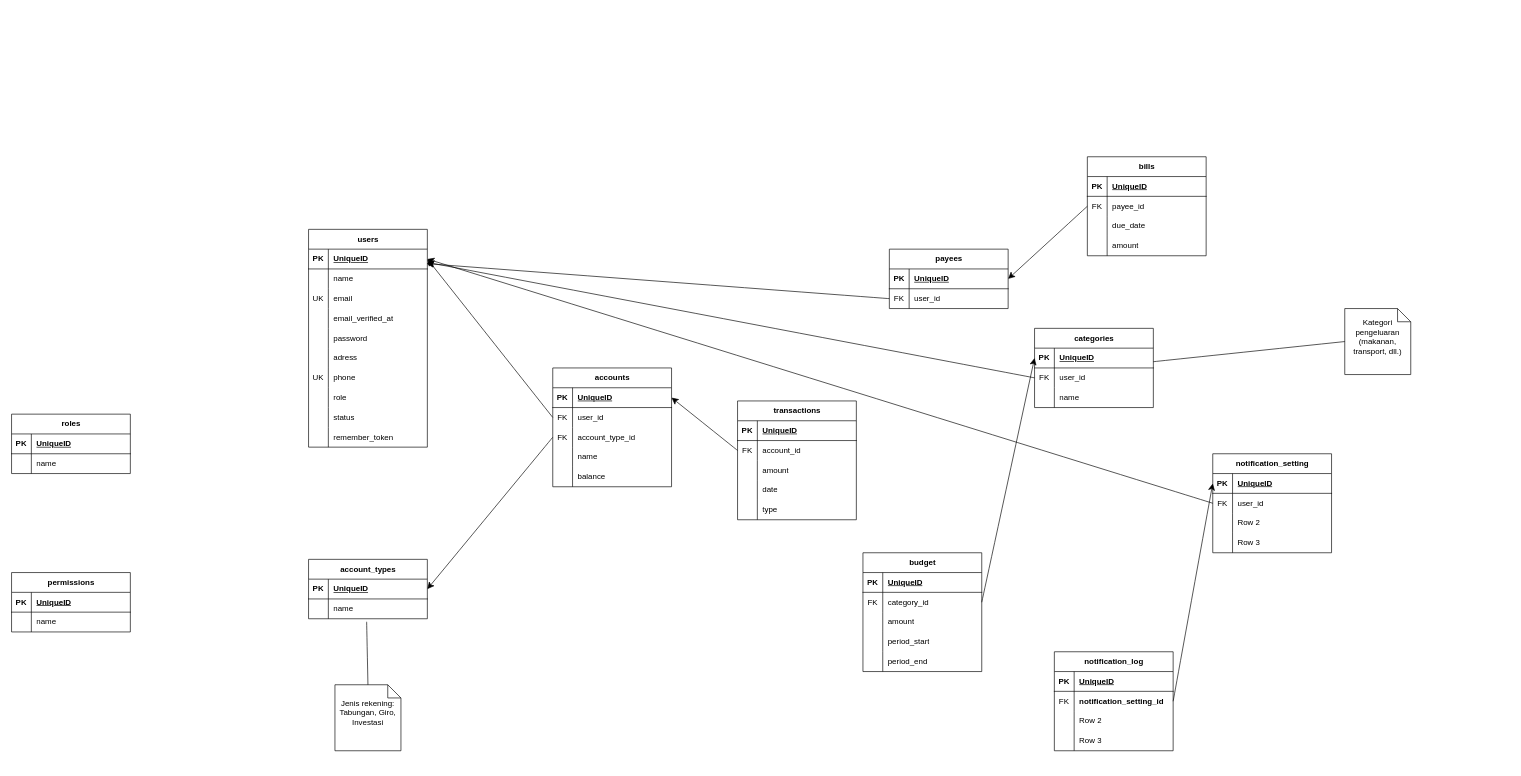
ApanyaClay/backendify keeps this draw.io diagram as ERD.drawio. Above is the earlier version. Source tidied: cells renumbered, new cells numbered last; positions are measured from the earlier drawing's top-left corner, leaving out a move shared by most shapes. Both pictures are drawn from the tidied source at 66%, with x=0, y=0 at pixel (11, 156).
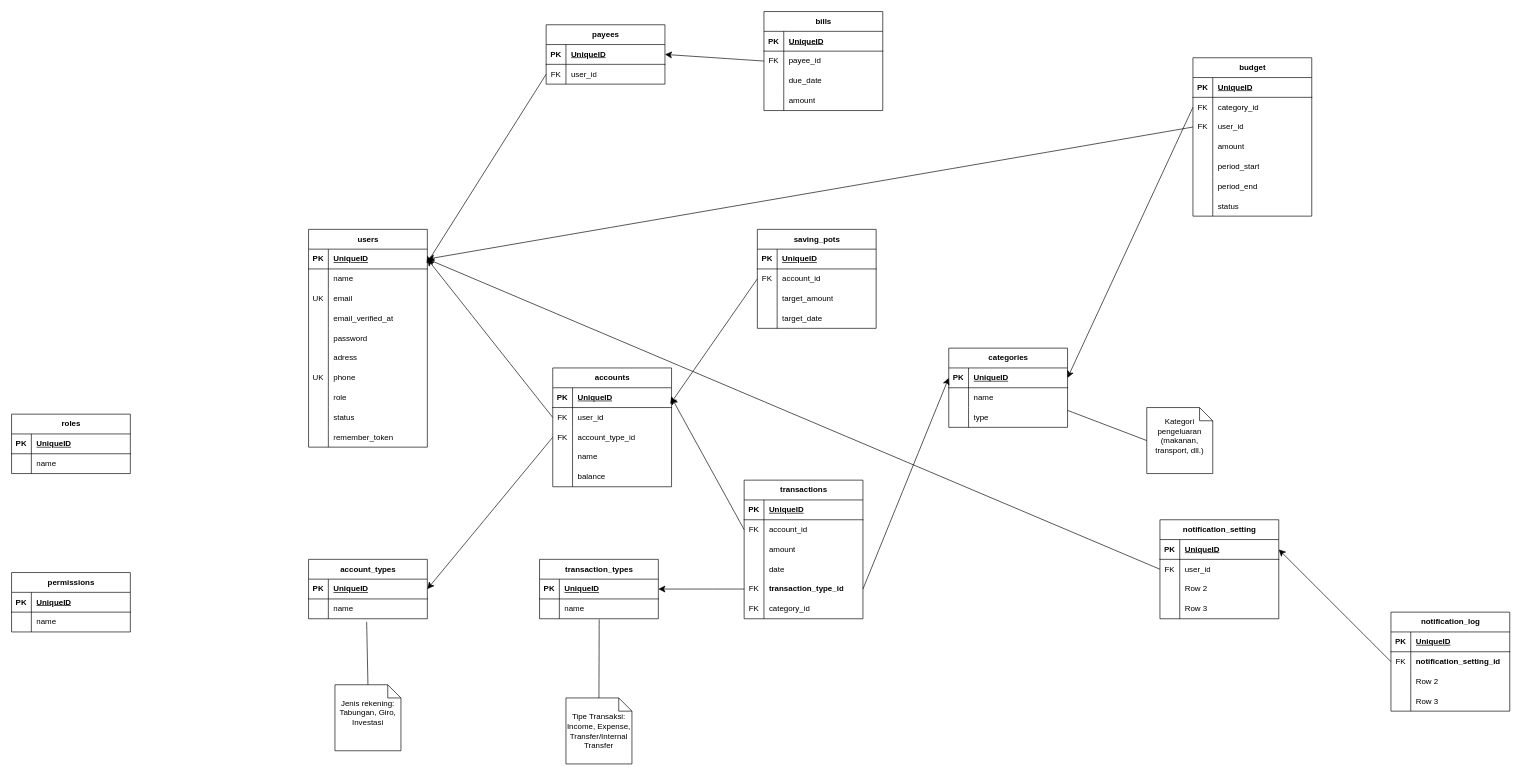
After the change.

The change refers to these unchanged cells:
```xml
<mxCell id="3" style="shape=tableRow;horizontal=0;startSize=0;swimlaneHead=0;swimlaneBody=0;fillColor=none;points=[[0,0.5],[1,0.5]];portConstraint=eastwest;top=0;left=0;right=0;bottom=1;" parent="2" vertex="1">
  <mxGeometry y="30" width="180" height="30" as="geometry" />
</mxCell>
<mxCell id="41" style="shape=tableRow;horizontal=0;startSize=0;swimlaneHead=0;swimlaneBody=0;fillColor=none;points=[[0,0.5],[1,0.5]];portConstraint=eastwest;top=0;left=0;right=0;bottom=1;" parent="40" vertex="1">
  <mxGeometry y="30" width="180" height="30" as="geometry" />
</mxCell>
<mxCell id="69" style="shape=tableRow;horizontal=0;startSize=0;swimlaneHead=0;swimlaneBody=0;fillColor=none;points=[[0,0.5],[1,0.5]];portConstraint=eastwest;top=0;left=0;right=0;bottom=0;" parent="56" vertex="1">
  <mxGeometry y="150" width="180" height="30" as="geometry" />
</mxCell>
<mxCell id="93" style="shape=tableRow;horizontal=0;startSize=0;swimlaneHead=0;swimlaneBody=0;fillColor=none;points=[[0,0.5],[1,0.5]];portConstraint=eastwest;top=0;left=0;right=0;bottom=1;" parent="92" vertex="1">
  <mxGeometry y="30" width="180" height="30" as="geometry" />
</mxCell>
<mxCell id="106" style="shape=tableRow;horizontal=0;startSize=0;swimlaneHead=0;swimlaneBody=0;fillColor=none;points=[[0,0.5],[1,0.5]];portConstraint=eastwest;top=0;left=0;right=0;bottom=0;" parent="102" vertex="1">
  <mxGeometry y="60" width="180" height="30" as="geometry" />
</mxCell>
<mxCell id="109" style="shape=tableRow;horizontal=0;startSize=0;swimlaneHead=0;swimlaneBody=0;fillColor=none;points=[[0,0.5],[1,0.5]];portConstraint=eastwest;top=0;left=0;right=0;bottom=0;" parent="102" vertex="1">
  <mxGeometry y="90" width="180" height="30" as="geometry" />
</mxCell>
<mxCell id="112" style="shape=tableRow;horizontal=0;startSize=0;swimlaneHead=0;swimlaneBody=0;fillColor=none;top=0;left=0;right=0;bottom=0;" parent="102" vertex="1">
  <mxGeometry y="120" width="180" height="30" as="geometry" />
</mxCell>
<mxCell id="115" style="shape=tableRow;horizontal=0;startSize=0;swimlaneHead=0;swimlaneBody=0;fillColor=none;top=0;left=0;right=0;bottom=0;" parent="102" vertex="1">
  <mxGeometry y="150" width="180" height="30" as="geometry" />
</mxCell>
<mxCell id="119" style="shape=tableRow;horizontal=0;startSize=0;swimlaneHead=0;swimlaneBody=0;fillColor=none;points=[[0,0.5],[1,0.5]];portConstraint=eastwest;top=0;left=0;right=0;bottom=1;" parent="118" vertex="1">
  <mxGeometry y="30" width="180" height="30" as="geometry" />
</mxCell>
<mxCell id="135" style="shape=tableRow;horizontal=0;startSize=0;swimlaneHead=0;swimlaneBody=0;fillColor=none;points=[[0,0.5],[1,0.5]];portConstraint=eastwest;top=0;left=0;right=0;bottom=0;" parent="131" vertex="1">
  <mxGeometry y="60" width="180" height="30" as="geometry" />
</mxCell>
```

Change to the diagram source:
```diff
@@
     <mxCell id="56" value="transactions" style="shape=table;startSize=30;childLayout=tableLayout;rowLines=0;fontStyle=1;align=center;html=1;" parent="1" vertex="1">
-      <mxGeometry x="1100" y="370" width="180" height="180" as="geometry" />
+      <mxGeometry x="1110" y="490" width="180" height="210" as="geometry" />
     </mxCell>
@@
-    <mxCell id="70" style="shape=partialRectangle;fillColor=none;top=0;left=0;bottom=0;right=0;overflow=hidden;whiteSpace=wrap;html=1;" parent="69" vertex="1">
+    <mxCell id="70" value="FK" style="shape=partialRectangle;fillColor=none;top=0;left=0;bottom=0;right=0;overflow=hidden;whiteSpace=wrap;html=1;" parent="69" vertex="1">
       <mxGeometry width="30" height="30" as="geometry" />
     </mxCell>
-    <mxCell id="71" value="type" style="shape=partialRectangle;fillColor=none;top=0;left=0;bottom=0;right=0;align=left;spacingLeft=6;overflow=hidden;whiteSpace=wrap;html=1;" parent="69" vertex="1">
+    <mxCell id="71" value="&lt;span style=&quot;font-weight: 700; text-align: center; text-wrap-mode: nowrap;&quot;&gt;transaction_type_id&lt;/span&gt;" style="shape=partialRectangle;fillColor=none;top=0;left=0;bottom=0;right=0;align=left;spacingLeft=6;overflow=hidden;whiteSpace=wrap;html=1;" parent="69" vertex="1">
       <mxGeometry x="30" width="150" height="30" as="geometry" />
     </mxCell>
+    <mxCell id="171" style="shape=tableRow;horizontal=0;startSize=0;swimlaneHead=0;swimlaneBody=0;fillColor=none;top=0;left=0;right=0;bottom=0;" parent="56" vertex="1">
+      <mxGeometry y="180" width="180" height="30" as="geometry" />
+    </mxCell>
+    <mxCell id="172" value="FK" style="shape=partialRectangle;fillColor=none;top=0;left=0;bottom=0;right=0;overflow=hidden;whiteSpace=wrap;html=1;" parent="171" vertex="1">
+      <mxGeometry width="30" height="30" as="geometry" />
+    </mxCell>
+    <mxCell id="173" value="category_id" style="shape=partialRectangle;fillColor=none;top=0;left=0;bottom=0;right=0;align=left;spacingLeft=6;overflow=hidden;whiteSpace=wrap;html=1;" parent="171" vertex="1">
+      <mxGeometry x="30" width="150" height="30" as="geometry" />
+    </mxCell>
     <mxCell id="72" value="payees" style="shape=table;startSize=30;childLayout=tableLayout;rowLines=0;fontStyle=1;align=center;html=1;" parent="1" vertex="1">
-      <mxGeometry x="1330" y="140" width="180" height="90" as="geometry" />
+      <mxGeometry x="810" y="-200" width="180" height="90" as="geometry" />
     </mxCell>
@@
     <mxCell id="79" value="bills" style="shape=table;startSize=30;childLayout=tableLayout;rowLines=0;fontStyle=1;align=center;html=1;" parent="1" vertex="1">
-      <mxGeometry x="1630" width="180" height="150" as="geometry" />
+      <mxGeometry x="1140" y="-220" width="180" height="150" as="geometry" />
     </mxCell>
@@
     <mxCell id="92" value="categories" style="shape=table;startSize=30;childLayout=tableLayout;rowLines=0;fontStyle=1;align=center;html=1;" parent="1" vertex="1">
-      <mxGeometry x="1550" y="260" width="180" height="120" as="geometry" />
+      <mxGeometry x="1420" y="290" width="180" height="120" as="geometry" />
     </mxCell>
@@
-    <mxCell id="96" style="shape=tableRow;horizontal=0;startSize=0;swimlaneHead=0;swimlaneBody=0;fillColor=none;points=[[0,0.5],[1,0.5]];portConstraint=eastwest;top=0;left=0;right=0;bottom=0;" parent="92" vertex="1">
-      <mxGeometry y="60" width="180" height="30" as="geometry" />
-    </mxCell>
-    <mxCell id="97" value="FK" style="shape=partialRectangle;fillColor=none;top=0;left=0;bottom=0;right=0;overflow=hidden;whiteSpace=wrap;html=1;" parent="96" vertex="1">
-      <mxGeometry width="30" height="30" as="geometry" />
-    </mxCell>
-    <mxCell id="98" value="user_id" style="shape=partialRectangle;fillColor=none;top=0;left=0;bottom=0;right=0;align=left;spacingLeft=6;overflow=hidden;whiteSpace=wrap;html=1;" parent="96" vertex="1">
-      <mxGeometry x="30" width="150" height="30" as="geometry" />
-    </mxCell>
     <mxCell id="99" style="shape=tableRow;horizontal=0;startSize=0;swimlaneHead=0;swimlaneBody=0;fillColor=none;top=0;left=0;right=0;bottom=0;" parent="92" vertex="1">
-      <mxGeometry y="90" width="180" height="30" as="geometry" />
+      <mxGeometry y="60" width="180" height="30" as="geometry" />
     </mxCell>
@@
+    <mxCell id="174" style="shape=tableRow;horizontal=0;startSize=0;swimlaneHead=0;swimlaneBody=0;fillColor=none;top=0;left=0;right=0;bottom=0;" parent="92" vertex="1">
+      <mxGeometry y="90" width="180" height="30" as="geometry" />
+    </mxCell>
+    <mxCell id="175" style="shape=partialRectangle;fillColor=none;top=0;left=0;bottom=0;right=0;overflow=hidden;whiteSpace=wrap;html=1;" parent="174" vertex="1">
+      <mxGeometry width="30" height="30" as="geometry" />
+    </mxCell>
+    <mxCell id="176" value="type" style="shape=partialRectangle;fillColor=none;top=0;left=0;bottom=0;right=0;align=left;spacingLeft=6;overflow=hidden;whiteSpace=wrap;html=1;" parent="174" vertex="1">
+      <mxGeometry x="30" width="150" height="30" as="geometry" />
+    </mxCell>
     <mxCell id="102" value="budget" style="shape=table;startSize=30;childLayout=tableLayout;rowLines=0;fontStyle=1;align=center;html=1;" parent="1" vertex="1">
-      <mxGeometry x="1290" y="600" width="180" height="180" as="geometry" />
+      <mxGeometry x="1790" y="-150" width="180" height="240" as="geometry" />
     </mxCell>
@@
-    <mxCell id="110" style="shape=partialRectangle;fillColor=none;top=0;left=0;bottom=0;right=0;overflow=hidden;whiteSpace=wrap;html=1;" parent="109" vertex="1">
+    <mxCell id="110" value="FK" style="shape=partialRectangle;fillColor=none;top=0;left=0;bottom=0;right=0;overflow=hidden;whiteSpace=wrap;html=1;" parent="109" vertex="1">
       <mxGeometry width="30" height="30" as="geometry" />
     </mxCell>
-    <mxCell id="111" value="amount" style="shape=partialRectangle;fillColor=none;top=0;left=0;bottom=0;right=0;align=left;spacingLeft=6;overflow=hidden;whiteSpace=wrap;html=1;" parent="109" vertex="1">
+    <mxCell id="111" value="user_id" style="shape=partialRectangle;fillColor=none;top=0;left=0;bottom=0;right=0;align=left;spacingLeft=6;overflow=hidden;whiteSpace=wrap;html=1;" parent="109" vertex="1">
       <mxGeometry x="30" width="150" height="30" as="geometry" />
     </mxCell>
@@
-    <mxCell id="114" value="period_start" style="shape=partialRectangle;fillColor=none;top=0;left=0;bottom=0;right=0;align=left;spacingLeft=6;overflow=hidden;whiteSpace=wrap;html=1;" parent="112" vertex="1">
+    <mxCell id="114" value="amount" style="shape=partialRectangle;fillColor=none;top=0;left=0;bottom=0;right=0;align=left;spacingLeft=6;overflow=hidden;whiteSpace=wrap;html=1;" parent="112" vertex="1">
       <mxGeometry x="30" width="150" height="30" as="geometry" />
     </mxCell>
@@
-    <mxCell id="117" value="period_end" style="shape=partialRectangle;fillColor=none;top=0;left=0;bottom=0;right=0;align=left;spacingLeft=6;overflow=hidden;whiteSpace=wrap;html=1;" parent="115" vertex="1">
+    <mxCell id="117" value="period_start" style="shape=partialRectangle;fillColor=none;top=0;left=0;bottom=0;right=0;align=left;spacingLeft=6;overflow=hidden;whiteSpace=wrap;html=1;" parent="115" vertex="1">
       <mxGeometry x="30" width="150" height="30" as="geometry" />
     </mxCell>
+    <mxCell id="177" style="shape=tableRow;horizontal=0;startSize=0;swimlaneHead=0;swimlaneBody=0;fillColor=none;top=0;left=0;right=0;bottom=0;" parent="102" vertex="1">
+      <mxGeometry y="180" width="180" height="30" as="geometry" />
+    </mxCell>
+    <mxCell id="178" style="shape=partialRectangle;fillColor=none;top=0;left=0;bottom=0;right=0;overflow=hidden;whiteSpace=wrap;html=1;" parent="177" vertex="1">
+      <mxGeometry width="30" height="30" as="geometry" />
+    </mxCell>
+    <mxCell id="179" value="period_end" style="shape=partialRectangle;fillColor=none;top=0;left=0;bottom=0;right=0;align=left;spacingLeft=6;overflow=hidden;whiteSpace=wrap;html=1;" parent="177" vertex="1">
+      <mxGeometry x="30" width="150" height="30" as="geometry" />
+    </mxCell>
+    <mxCell id="180" style="shape=tableRow;horizontal=0;startSize=0;swimlaneHead=0;swimlaneBody=0;fillColor=none;top=0;left=0;right=0;bottom=0;" parent="102" vertex="1">
+      <mxGeometry y="210" width="180" height="30" as="geometry" />
+    </mxCell>
+    <mxCell id="181" style="shape=partialRectangle;fillColor=none;top=0;left=0;bottom=0;right=0;overflow=hidden;whiteSpace=wrap;html=1;" parent="180" vertex="1">
+      <mxGeometry width="30" height="30" as="geometry" />
+    </mxCell>
+    <mxCell id="182" value="status" style="shape=partialRectangle;fillColor=none;top=0;left=0;bottom=0;right=0;align=left;spacingLeft=6;overflow=hidden;whiteSpace=wrap;html=1;" parent="180" vertex="1">
+      <mxGeometry x="30" width="150" height="30" as="geometry" />
+    </mxCell>
     <mxCell id="118" value="notification_setting" style="shape=table;startSize=30;childLayout=tableLayout;rowLines=0;fontStyle=1;align=center;html=1;" parent="1" vertex="1">
-      <mxGeometry x="1820" y="450" width="180" height="150" as="geometry" />
+      <mxGeometry x="1740" y="550" width="180" height="150" as="geometry" />
     </mxCell>
@@
     <mxCell id="131" value="notification_log" style="shape=table;startSize=30;childLayout=tableLayout;rowLines=0;fontStyle=1;align=center;html=1;" parent="1" vertex="1">
-      <mxGeometry x="1580" y="750" width="180" height="150" as="geometry" />
+      <mxGeometry x="2090" y="690" width="180" height="150" as="geometry" />
     </mxCell>
@@
-    <mxCell id="149" style="edgeStyle=none;curved=1;rounded=0;jettySize=auto;html=1;exitX=0;exitY=0.5;exitDx=0;exitDy=0;fontSize=12;startSize=8;endSize=8;" parent="1" edge="1" source="96">
-      <mxGeometry relative="1" as="geometry">
-        <mxPoint x="630" y="160" as="targetPoint" />
-      </mxGeometry>
-    </mxCell>
-    <mxCell id="150" style="edgeStyle=none;curved=1;rounded=0;jettySize=auto;html=1;exitX=1;exitY=0.5;exitDx=0;exitDy=0;entryX=0;entryY=0.5;entryDx=0;entryDy=0;fontSize=12;startSize=8;endSize=8;" parent="1" edge="1" source="106" target="93">
-      <mxGeometry relative="1" as="geometry" />
-    </mxCell>
-    <mxCell id="151" style="edgeStyle=none;curved=1;rounded=0;jettySize=auto;html=1;exitX=1;exitY=0.5;exitDx=0;exitDy=0;entryX=0;entryY=0.5;entryDx=0;entryDy=0;fontSize=12;startSize=8;endSize=8;" parent="1" edge="1" source="135" target="119">
-      <mxGeometry relative="1" as="geometry" />
-    </mxCell>
@@
     <mxCell id="169" value="&#10;Kategori pengeluaran (makanan, transport, dll.)&#10;&#10;" style="shape=note;size=20;whiteSpace=wrap;html=1;" parent="1" vertex="1">
-      <mxGeometry x="2020" y="230" width="100" height="100" as="geometry" />
+      <mxGeometry x="1720" y="380" width="100" height="100" as="geometry" />
     </mxCell>
@@
+    <mxCell id="183" style="edgeStyle=none;curved=1;rounded=0;jettySize=auto;html=1;exitX=1;exitY=0.5;exitDx=0;exitDy=0;entryX=0;entryY=0.5;entryDx=0;entryDy=0;fontSize=12;startSize=8;endSize=8;" parent="1" edge="1" source="69" target="93">
+      <mxGeometry relative="1" as="geometry" />
+    </mxCell>
+    <mxCell id="184" value="transaction_types" style="shape=table;startSize=30;childLayout=tableLayout;rowLines=0;fontStyle=1;align=center;html=1;" parent="1" vertex="1">
+      <mxGeometry x="800" y="610" width="180" height="90" as="geometry" />
+    </mxCell>
+    <mxCell id="185" style="shape=tableRow;horizontal=0;startSize=0;swimlaneHead=0;swimlaneBody=0;fillColor=none;points=[[0,0.5],[1,0.5]];portConstraint=eastwest;top=0;left=0;right=0;bottom=1;" parent="184" vertex="1">
+      <mxGeometry y="30" width="180" height="30" as="geometry" />
+    </mxCell>
+    <mxCell id="186" value="PK" style="shape=partialRectangle;fillColor=none;top=0;left=0;bottom=0;right=0;fontStyle=1;overflow=hidden;whiteSpace=wrap;html=1;" parent="185" vertex="1">
+      <mxGeometry width="30" height="30" as="geometry" />
+    </mxCell>
+    <mxCell id="187" value="UniqueID" style="shape=partialRectangle;fillColor=none;top=0;left=0;bottom=0;right=0;align=left;spacingLeft=6;fontStyle=5;overflow=hidden;whiteSpace=wrap;html=1;" parent="185" vertex="1">
+      <mxGeometry x="30" width="150" height="30" as="geometry" />
+    </mxCell>
+    <mxCell id="188" style="shape=tableRow;horizontal=0;startSize=0;swimlaneHead=0;swimlaneBody=0;fillColor=none;points=[[0,0.5],[1,0.5]];portConstraint=eastwest;top=0;left=0;right=0;bottom=0;" parent="184" vertex="1">
+      <mxGeometry y="60" width="180" height="30" as="geometry" />
+    </mxCell>
+    <mxCell id="189" style="shape=partialRectangle;fillColor=none;top=0;left=0;bottom=0;right=0;overflow=hidden;whiteSpace=wrap;html=1;" parent="188" vertex="1">
+      <mxGeometry width="30" height="30" as="geometry" />
+    </mxCell>
+    <mxCell id="190" value="name" style="shape=partialRectangle;fillColor=none;top=0;left=0;bottom=0;right=0;align=left;spacingLeft=6;overflow=hidden;whiteSpace=wrap;html=1;" parent="188" vertex="1">
+      <mxGeometry x="30" width="150" height="30" as="geometry" />
+    </mxCell>
+    <mxCell id="191" value="&lt;p&gt;Tipe Transaksi: Income, Expense, Transfer/Internal Transfer&lt;/p&gt;" style="shape=note;size=20;whiteSpace=wrap;html=1;" parent="1" vertex="1">
+      <mxGeometry x="840" y="820" width="100" height="100" as="geometry" />
+    </mxCell>
+    <mxCell id="192" style="endArrow=none;html=1;rounded=0;fontSize=12;startSize=8;endSize=8;curved=1;entryX=0.5;entryY=0;entryDx=0;entryDy=0;entryPerimeter=0;exitX=0.502;exitY=1.035;exitDx=0;exitDy=0;exitPerimeter=0;" parent="1" edge="1" source="188" target="191">
+      <mxGeometry relative="1" as="geometry" />
+    </mxCell>
+    <mxCell id="193" style="edgeStyle=none;curved=1;rounded=0;jettySize=auto;html=1;exitX=0;exitY=0.5;exitDx=0;exitDy=0;entryX=1;entryY=0.5;entryDx=0;entryDy=0;fontSize=12;startSize=8;endSize=8;" parent="1" edge="1" source="69" target="185">
+      <mxGeometry relative="1" as="geometry" />
+    </mxCell>
+    <mxCell id="194" value="saving_pots" style="shape=table;startSize=30;childLayout=tableLayout;rowLines=0;fontStyle=1;align=center;html=1;" parent="1" vertex="1">
+      <mxGeometry x="1130" y="110" width="180" height="150" as="geometry" />
+    </mxCell>
+    <mxCell id="195" style="shape=tableRow;horizontal=0;startSize=0;swimlaneHead=0;swimlaneBody=0;fillColor=none;top=0;left=0;right=0;bottom=1;" parent="194" vertex="1">
+      <mxGeometry y="30" width="180" height="30" as="geometry" />
+    </mxCell>
+    <mxCell id="196" value="PK" style="shape=partialRectangle;fillColor=none;top=0;left=0;bottom=0;right=0;fontStyle=1;overflow=hidden;whiteSpace=wrap;html=1;" parent="195" vertex="1">
+      <mxGeometry width="30" height="30" as="geometry" />
+    </mxCell>
+    <mxCell id="197" value="UniqueID" style="shape=partialRectangle;fillColor=none;top=0;left=0;bottom=0;right=0;align=left;spacingLeft=6;fontStyle=5;overflow=hidden;whiteSpace=wrap;html=1;" parent="195" vertex="1">
+      <mxGeometry x="30" width="150" height="30" as="geometry" />
+    </mxCell>
+    <mxCell id="198" style="shape=tableRow;horizontal=0;startSize=0;swimlaneHead=0;swimlaneBody=0;fillColor=none;points=[[0,0.5],[1,0.5]];portConstraint=eastwest;top=0;left=0;right=0;bottom=0;" parent="194" vertex="1">
+      <mxGeometry y="60" width="180" height="30" as="geometry" />
+    </mxCell>
+    <mxCell id="199" value="FK" style="shape=partialRectangle;fillColor=none;top=0;left=0;bottom=0;right=0;overflow=hidden;whiteSpace=wrap;html=1;" parent="198" vertex="1">
+      <mxGeometry width="30" height="30" as="geometry" />
+    </mxCell>
+    <mxCell id="200" value="account_id" style="shape=partialRectangle;fillColor=none;top=0;left=0;bottom=0;right=0;align=left;spacingLeft=6;overflow=hidden;whiteSpace=wrap;html=1;" parent="198" vertex="1">
+      <mxGeometry x="30" width="150" height="30" as="geometry" />
+    </mxCell>
+    <mxCell id="201" style="shape=tableRow;horizontal=0;startSize=0;swimlaneHead=0;swimlaneBody=0;fillColor=none;top=0;left=0;right=0;bottom=0;" parent="194" vertex="1">
+      <mxGeometry y="90" width="180" height="30" as="geometry" />
+    </mxCell>
+    <mxCell id="202" style="shape=partialRectangle;fillColor=none;top=0;left=0;bottom=0;right=0;overflow=hidden;whiteSpace=wrap;html=1;" parent="201" vertex="1">
+      <mxGeometry width="30" height="30" as="geometry" />
+    </mxCell>
+    <mxCell id="203" value="target_amount" style="shape=partialRectangle;fillColor=none;top=0;left=0;bottom=0;right=0;align=left;spacingLeft=6;overflow=hidden;whiteSpace=wrap;html=1;" parent="201" vertex="1">
+      <mxGeometry x="30" width="150" height="30" as="geometry" />
+    </mxCell>
+    <mxCell id="204" style="shape=tableRow;horizontal=0;startSize=0;swimlaneHead=0;swimlaneBody=0;fillColor=none;top=0;left=0;right=0;bottom=0;" parent="194" vertex="1">
+      <mxGeometry y="120" width="180" height="30" as="geometry" />
+    </mxCell>
+    <mxCell id="205" style="shape=partialRectangle;fillColor=none;top=0;left=0;bottom=0;right=0;overflow=hidden;whiteSpace=wrap;html=1;" parent="204" vertex="1">
+      <mxGeometry width="30" height="30" as="geometry" />
+    </mxCell>
+    <mxCell id="206" value="target_date" style="shape=partialRectangle;fillColor=none;top=0;left=0;bottom=0;right=0;align=left;spacingLeft=6;overflow=hidden;whiteSpace=wrap;html=1;" parent="204" vertex="1">
+      <mxGeometry x="30" width="150" height="30" as="geometry" />
+    </mxCell>
+    <mxCell id="151" style="edgeStyle=none;curved=1;rounded=0;jettySize=auto;html=1;exitX=0;exitY=0.5;exitDx=0;exitDy=0;entryX=1;entryY=0.5;entryDx=0;entryDy=0;fontSize=12;startSize=8;endSize=8;" parent="1" edge="1" source="135" target="119">
+      <mxGeometry relative="1" as="geometry" />
+    </mxCell>
+    <mxCell id="207" style="edgeStyle=none;curved=1;rounded=0;jettySize=auto;html=1;exitX=0;exitY=0.5;exitDx=0;exitDy=0;entryX=0.989;entryY=0.82;entryDx=0;entryDy=0;entryPerimeter=0;fontSize=12;startSize=8;endSize=8;" parent="1" edge="1" source="198" target="41">
+      <mxGeometry relative="1" as="geometry" />
+    </mxCell>
+    <mxCell id="150" style="edgeStyle=none;curved=1;rounded=0;jettySize=auto;html=1;exitX=0;exitY=0.5;exitDx=0;exitDy=0;entryX=1;entryY=0.5;entryDx=0;entryDy=0;fontSize=12;startSize=8;endSize=8;" parent="1" edge="1" source="106" target="93">
+      <mxGeometry relative="1" as="geometry" />
+    </mxCell>
+    <mxCell id="208" style="edgeStyle=none;curved=1;rounded=0;jettySize=auto;html=1;exitX=0;exitY=0.5;exitDx=0;exitDy=0;entryX=1;entryY=0.5;entryDx=0;entryDy=0;fontSize=12;startSize=8;endSize=8;" parent="1" edge="1" source="109" target="3">
+      <mxGeometry relative="1" as="geometry" />
+    </mxCell>
```
